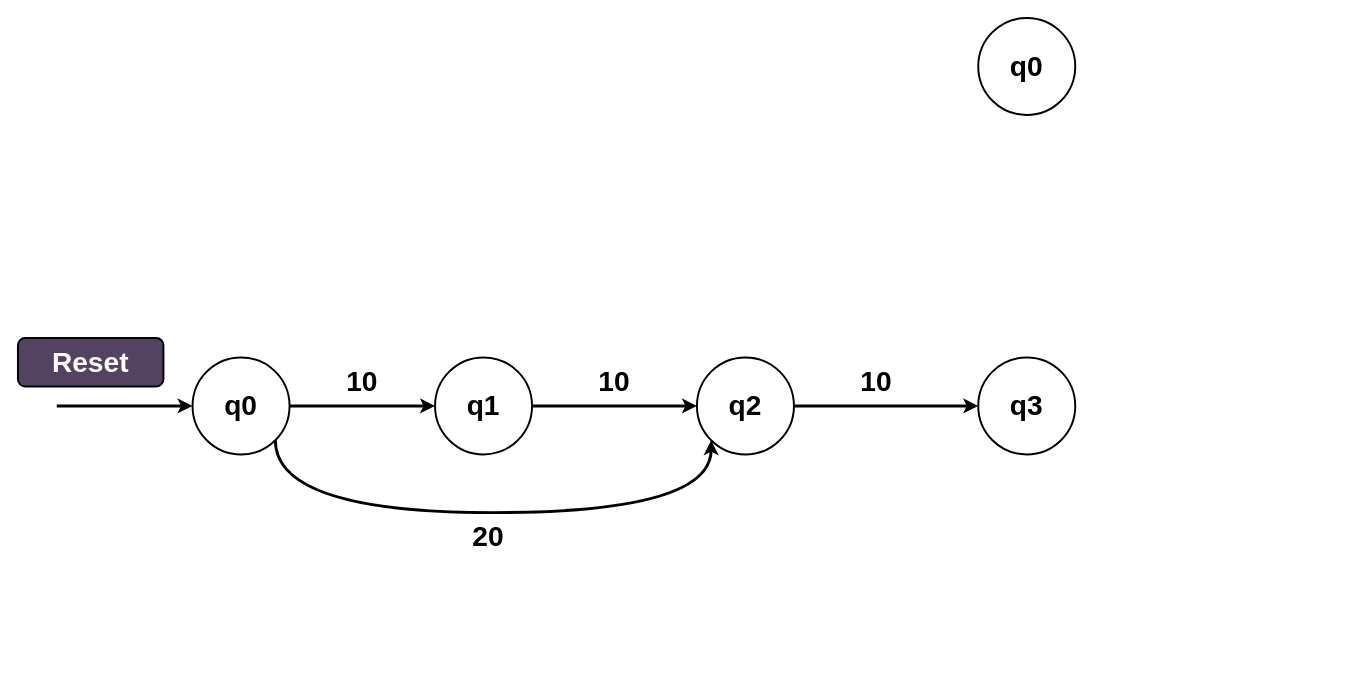
Above: page "Page-4" (4 of 4) of Untitled Diagram.drawio in Fatema-A-Ferdaus/SE234 (draw.io), before the change. Source tidied: cells renumbered, new cells numbered last; positions are measured from the earlier drawing's top-left corner, leaving out a move shared by most shapes. Both pictures are drawn from the tidied source at 97%, with x=0, y=0 at pixel (17, 17).
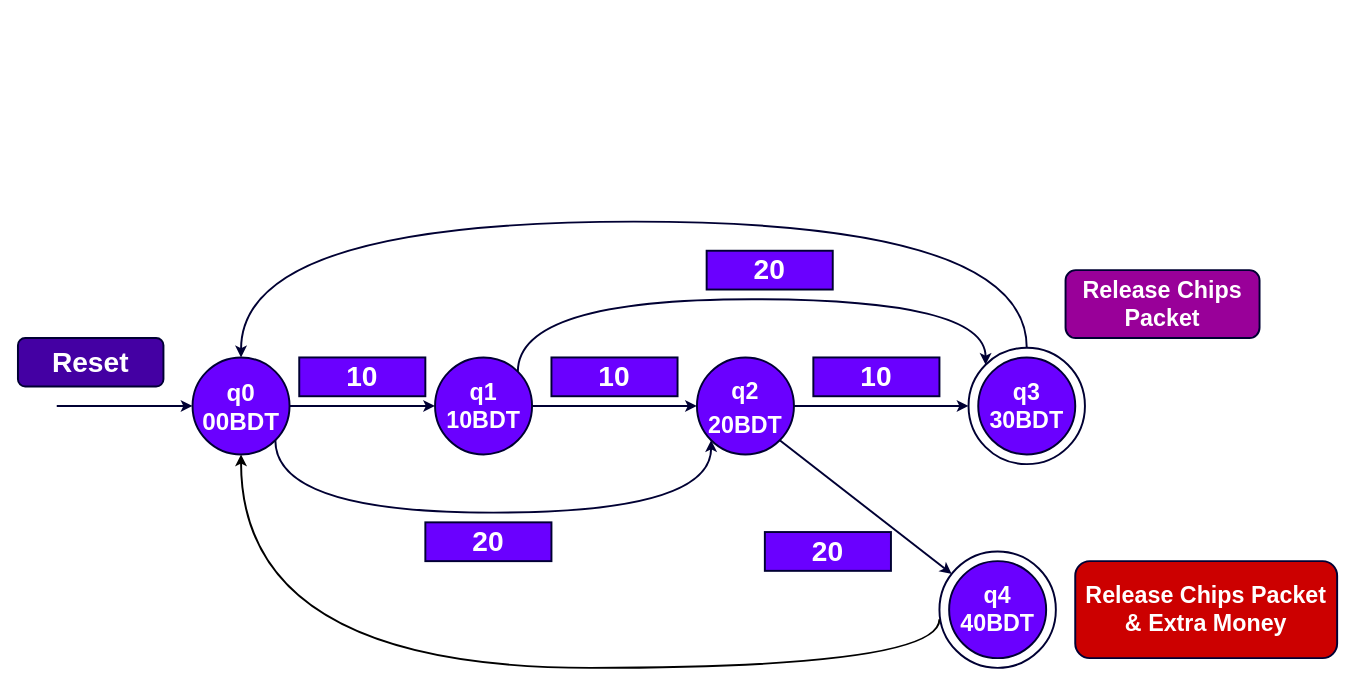
Above is the later version.

Diff of the diagram source:
```diff
@@
-    <mxCell id="2" value="&lt;b&gt;q0&lt;/b&gt;" style="ellipse;whiteSpace=wrap;html=1;rounded=1;fontSize=29;strokeWidth=2;gradientDirection=north;" parent="1" vertex="1">
+    <mxCell id="2" value="&lt;div style=&quot;font-size: 25px&quot;&gt;&lt;font style=&quot;font-size: 25px&quot;&gt;&lt;b&gt;q0&lt;/b&gt;&lt;/font&gt;&lt;/div&gt;&lt;div style=&quot;font-size: 25px&quot;&gt;&lt;font style=&quot;font-size: 25px&quot;&gt;&lt;b&gt;00BDT&lt;br&gt;&lt;/b&gt;&lt;/font&gt;&lt;/div&gt;" style="ellipse;whiteSpace=wrap;html=1;rounded=1;fontSize=29;strokeWidth=2;gradientDirection=north;fillColor=#6a00ff;fontColor=#ffffff;strokeColor=#000033;" parent="1" vertex="1">
       <mxGeometry x="180" y="350" width="100" height="100" as="geometry" />
     </mxCell>
-    <mxCell id="3" value="&lt;b&gt;q1&lt;/b&gt;" style="ellipse;whiteSpace=wrap;html=1;rounded=1;fontSize=29;strokeWidth=2;gradientDirection=north;" parent="1" vertex="1">
+    <mxCell id="3" value="&lt;div style=&quot;font-size: 24px&quot;&gt;&lt;font style=&quot;font-size: 24px&quot;&gt;&lt;b&gt;q1&lt;br&gt;&lt;/b&gt;&lt;/font&gt;&lt;/div&gt;&lt;div style=&quot;font-size: 24px&quot;&gt;&lt;font style=&quot;font-size: 24px&quot;&gt;&lt;b&gt;10BDT&lt;/b&gt;&lt;br&gt;&lt;/font&gt;&lt;/div&gt;" style="ellipse;whiteSpace=wrap;html=1;rounded=1;fontSize=29;strokeWidth=2;gradientDirection=north;fillColor=#6a00ff;fontColor=#ffffff;strokeColor=#000033;" parent="1" vertex="1">
       <mxGeometry x="430" y="350" width="100" height="100" as="geometry" />
     </mxCell>
-    <mxCell id="4" value="&lt;b&gt;q2&lt;/b&gt;" style="ellipse;whiteSpace=wrap;html=1;rounded=1;fontSize=29;strokeWidth=2;gradientDirection=north;" parent="1" vertex="1">
+    <mxCell id="4" value="&lt;font style=&quot;font-size: 24px&quot;&gt;&lt;b&gt;q2 20BDT&lt;br&gt;&lt;/b&gt;&lt;/font&gt;" style="ellipse;whiteSpace=wrap;html=1;rounded=1;fontSize=29;strokeWidth=2;gradientDirection=north;fillColor=#6a00ff;fontColor=#ffffff;strokeColor=#000033;" parent="1" vertex="1">
       <mxGeometry x="700" y="350" width="100" height="100" as="geometry" />
     </mxCell>
-    <mxCell id="5" value="&lt;b&gt;q3&lt;/b&gt;" style="ellipse;whiteSpace=wrap;html=1;rounded=1;fontSize=29;strokeWidth=2;gradientDirection=north;" parent="1" vertex="1">
-      <mxGeometry x="990" y="350" width="100" height="100" as="geometry" />
-    </mxCell>
-    <mxCell id="6" value="&lt;b&gt;q0&lt;/b&gt;" style="ellipse;whiteSpace=wrap;html=1;rounded=1;fontSize=29;strokeWidth=2;gradientDirection=north;" parent="1" vertex="1">
-      <mxGeometry x="990" width="100" height="100" as="geometry" />
-    </mxCell>
-    <mxCell id="7" style="endArrow=classic;html=1;rounded=0;fontSize=29;fontColor=#FFFFFF;strokeWidth=3;exitX=1;exitY=0.5;exitDx=0;exitDy=0;entryX=0;entryY=0.5;entryDx=0;entryDy=0;" parent="1" edge="1" source="2" target="3">
+    <mxCell id="7" style="endArrow=classic;html=1;rounded=0;fontSize=29;fontColor=#FFFFFF;strokeWidth=2;exitX=1;exitY=0.5;exitDx=0;exitDy=0;entryX=0;entryY=0.5;entryDx=0;entryDy=0;fillColor=#6a00ff;strokeColor=#000033;" parent="1" edge="1" source="2" target="3">
       <mxGeometry relative="1" as="geometry" />
     </mxCell>
-    <mxCell id="8" style="endArrow=classic;html=1;rounded=0;fontSize=29;fontColor=#FFFFFF;strokeWidth=3;exitX=1;exitY=0.5;exitDx=0;exitDy=0;entryX=0;entryY=0.5;entryDx=0;entryDy=0;" parent="1" edge="1" source="3" target="4">
+    <mxCell id="8" style="endArrow=classic;html=1;rounded=0;fontSize=29;fontColor=#FFFFFF;strokeWidth=2;exitX=1;exitY=0.5;exitDx=0;exitDy=0;entryX=0;entryY=0.5;entryDx=0;entryDy=0;fillColor=#6a00ff;strokeColor=#000033;" parent="1" edge="1" source="3" target="4">
       <mxGeometry relative="1" as="geometry" />
     </mxCell>
-    <mxCell id="9" style="endArrow=classic;html=1;rounded=0;fontSize=29;fontColor=#FFFFFF;strokeWidth=3;exitX=1;exitY=0.5;exitDx=0;exitDy=0;entryX=0;entryY=0.5;entryDx=0;entryDy=0;" parent="1" edge="1" source="4" target="5">
+    <mxCell id="9" style="endArrow=classic;html=1;rounded=0;fontSize=29;fontColor=#FFFFFF;strokeWidth=2;exitX=1;exitY=0.5;exitDx=0;exitDy=0;entryX=0;entryY=0.5;entryDx=0;entryDy=0;fillColor=#6a00ff;strokeColor=#000033;" parent="1" edge="1" source="4" target="18">
       <mxGeometry relative="1" as="geometry" />
     </mxCell>
-    <mxCell id="10" value="&lt;b&gt;10&lt;/b&gt;" style="text;html=1;strokeColor=none;fillColor=none;align=center;verticalAlign=middle;whiteSpace=wrap;rounded=0;fontSize=29;fontColor=#000000;" parent="1" vertex="1">
-      <mxGeometry x="290" y="360" width="130" height="30" as="geometry" />
+    <mxCell id="10" value="&lt;b&gt;10&lt;/b&gt;" style="text;html=1;strokeColor=#000033;fillColor=#6a00ff;align=center;verticalAlign=middle;whiteSpace=wrap;rounded=0;fontSize=29;fontColor=#ffffff;strokeWidth=2;" parent="1" vertex="1">
+      <mxGeometry x="290" y="350" width="130" height="40" as="geometry" />
     </mxCell>
-    <mxCell id="11" value="&lt;b&gt;10&lt;/b&gt;" style="text;html=1;strokeColor=none;fillColor=none;align=center;verticalAlign=middle;whiteSpace=wrap;rounded=0;fontSize=29;fontColor=#000000;" parent="1" vertex="1">
-      <mxGeometry x="550" y="360" width="130" height="30" as="geometry" />
+    <mxCell id="11" value="&lt;b&gt;10&lt;/b&gt;" style="text;html=1;strokeColor=#000033;fillColor=#6a00ff;align=center;verticalAlign=middle;whiteSpace=wrap;rounded=0;fontSize=29;fontColor=#ffffff;strokeWidth=2;" parent="1" vertex="1">
+      <mxGeometry x="550" y="350" width="130" height="40" as="geometry" />
     </mxCell>
-    <mxCell id="12" value="&lt;b&gt;10&lt;/b&gt;" style="text;html=1;strokeColor=none;fillColor=none;align=center;verticalAlign=middle;whiteSpace=wrap;rounded=0;fontSize=29;fontColor=#000000;" parent="1" vertex="1">
-      <mxGeometry x="820" y="360" width="130" height="30" as="geometry" />
+    <mxCell id="12" value="&lt;b&gt;10&lt;/b&gt;" style="text;html=1;strokeColor=#000033;fillColor=#6a00ff;align=center;verticalAlign=middle;whiteSpace=wrap;rounded=0;fontSize=29;fontColor=#ffffff;strokeWidth=2;" parent="1" vertex="1">
+      <mxGeometry x="820" y="350" width="130" height="40" as="geometry" />
     </mxCell>
-    <mxCell id="13" style="endArrow=classic;html=1;rounded=0;fontSize=29;fontColor=#000000;strokeWidth=3;exitX=1;exitY=1;exitDx=0;exitDy=0;edgeStyle=orthogonalEdgeStyle;entryX=0;entryY=1;entryDx=0;entryDy=0;curved=1;" parent="1" edge="1" source="2" target="4">
+    <mxCell id="13" style="endArrow=classic;html=1;rounded=0;fontSize=29;fontColor=#000000;strokeWidth=2;exitX=1;exitY=1;exitDx=0;exitDy=0;edgeStyle=orthogonalEdgeStyle;entryX=0;entryY=1;entryDx=0;entryDy=0;curved=1;fillColor=#6a00ff;strokeColor=#000033;" parent="1" edge="1" source="2" target="4">
       <mxGeometry relative="1" as="geometry">
         <Array as="points">
           <mxPoint x="265" y="510" />
           <mxPoint x="715" y="510" />
         </Array>
       </mxGeometry>
     </mxCell>
-    <mxCell id="14" value="&lt;b&gt;20&lt;/b&gt;" style="text;html=1;strokeColor=none;fillColor=none;align=center;verticalAlign=middle;whiteSpace=wrap;rounded=0;fontSize=29;fontColor=#000000;" parent="1" vertex="1">
-      <mxGeometry x="420" y="520" width="130" height="30" as="geometry" />
+    <mxCell id="14" value="&lt;b&gt;20&lt;/b&gt;" style="text;html=1;strokeColor=#000033;fillColor=#6a00ff;align=center;verticalAlign=middle;whiteSpace=wrap;rounded=0;fontSize=29;fontColor=#ffffff;strokeWidth=2;" parent="1" vertex="1">
+      <mxGeometry x="420" y="520" width="130" height="40" as="geometry" />
     </mxCell>
-    <mxCell id="15" style="endArrow=classic;html=1;rounded=0;fontSize=29;fontColor=#000000;strokeWidth=3;curved=1;entryX=0;entryY=0.5;entryDx=0;entryDy=0;" parent="1" edge="1" target="2">
+    <mxCell id="15" style="endArrow=classic;html=1;rounded=0;fontSize=29;fontColor=#000000;strokeWidth=2;curved=1;entryX=0;entryY=0.5;entryDx=0;entryDy=0;fillColor=#6a00ff;strokeColor=#000033;" parent="1" edge="1" target="2">
       <mxGeometry relative="1" as="geometry">
         <mxPoint x="40" y="400" as="sourcePoint" />
       </mxGeometry>
     </mxCell>
-    <mxCell id="16" value="&lt;font color=&quot;#FFFFFF&quot;&gt;&lt;b&gt;Reset&lt;/b&gt;&lt;/font&gt;" style="rounded=1;whiteSpace=wrap;html=1;fontSize=29;strokeWidth=2;gradientDirection=north;fillColor=#534361;" parent="1" vertex="1">
+    <mxCell id="16" value="&lt;font color=&quot;#FFFFFF&quot;&gt;&lt;b&gt;Reset&lt;/b&gt;&lt;/font&gt;" style="rounded=1;whiteSpace=wrap;html=1;fontSize=29;strokeWidth=2;gradientDirection=north;fillColor=#4400A3;fontColor=#ffffff;strokeColor=#000033;" parent="1" vertex="1">
       <mxGeometry y="330" width="150" height="50" as="geometry" />
     </mxCell>
+    <mxCell id="17" value="&lt;b&gt;20&lt;/b&gt;" style="text;html=1;strokeColor=#000033;fillColor=#6a00ff;align=center;verticalAlign=middle;whiteSpace=wrap;rounded=0;fontSize=29;fontColor=#ffffff;strokeWidth=2;" parent="1" vertex="1">
+      <mxGeometry x="710" y="240" width="130" height="40" as="geometry" />
+    </mxCell>
+    <mxCell id="18" style="ellipse;whiteSpace=wrap;html=1;rounded=1;fontSize=24;strokeWidth=2;gradientDirection=north;fillColor=none;fontColor=#ffffff;strokeColor=#000033;" parent="1" vertex="1">
+      <mxGeometry x="980" y="340" width="120" height="120" as="geometry" />
+    </mxCell>
+    <mxCell id="19" style="endArrow=classic;html=1;rounded=0;fontSize=24;fontColor=#FFFFFF;strokeWidth=2;entryX=0;entryY=0;entryDx=0;entryDy=0;exitX=1;exitY=0;exitDx=0;exitDy=0;edgeStyle=orthogonalEdgeStyle;elbow=vertical;curved=1;fillColor=#6a00ff;strokeColor=#000033;" parent="1" edge="1" source="3" target="18">
+      <mxGeometry relative="1" as="geometry">
+        <Array as="points">
+          <mxPoint x="515" y="290" />
+          <mxPoint x="998" y="290" />
+        </Array>
+      </mxGeometry>
+    </mxCell>
+    <mxCell id="20" style="endArrow=classic;html=1;rounded=0;fontSize=24;fontColor=#FFFFFF;strokeWidth=2;curved=1;elbow=vertical;exitX=0.5;exitY=0;exitDx=0;exitDy=0;entryX=0.5;entryY=0;entryDx=0;entryDy=0;edgeStyle=orthogonalEdgeStyle;fillColor=#6a00ff;strokeColor=#000033;" parent="1" edge="1" source="18" target="2">
+      <mxGeometry relative="1" as="geometry">
+        <Array as="points">
+          <mxPoint x="1040" y="210" />
+          <mxPoint x="230" y="210" />
+        </Array>
+      </mxGeometry>
+    </mxCell>
+    <mxCell id="21" value="&lt;font color=&quot;#FFFFFF&quot;&gt;&lt;b&gt;Release Chips Packet&lt;br&gt;&lt;/b&gt;&lt;/font&gt;" style="rounded=1;whiteSpace=wrap;html=1;fontSize=24;fontColor=#ffffff;strokeWidth=2;fillColor=#990099;gradientDirection=north;strokeColor=#000033;" parent="1" vertex="1">
+      <mxGeometry x="1080" y="260" width="200" height="70" as="geometry" />
+    </mxCell>
+    <mxCell id="22" value="&lt;b&gt;20&lt;/b&gt;" style="text;html=1;strokeColor=#000033;fillColor=#6a00ff;align=center;verticalAlign=middle;whiteSpace=wrap;rounded=0;fontSize=29;fontColor=#ffffff;strokeWidth=2;" parent="1" vertex="1">
+      <mxGeometry x="770" y="530" width="130" height="40" as="geometry" />
+    </mxCell>
+    <mxCell id="23" style="ellipse;whiteSpace=wrap;html=1;rounded=1;fontSize=24;strokeWidth=2;gradientDirection=north;fillColor=none;fontColor=#ffffff;strokeColor=#000033;" parent="1" vertex="1">
+      <mxGeometry x="950" y="550" width="120" height="120" as="geometry" />
+    </mxCell>
+    <mxCell id="24" value="&lt;div style=&quot;font-size: 24px&quot;&gt;&lt;font style=&quot;font-size: 24px&quot;&gt;&lt;b&gt;q4&lt;/b&gt;&lt;/font&gt;&lt;/div&gt;&lt;div style=&quot;font-size: 24px&quot;&gt;&lt;font style=&quot;font-size: 24px&quot;&gt;&lt;b&gt;40BDT&lt;/b&gt;&lt;/font&gt;&lt;/div&gt;" style="ellipse;whiteSpace=wrap;html=1;rounded=1;fontSize=29;strokeWidth=2;gradientDirection=north;fillColor=#6a00ff;fontColor=#ffffff;strokeColor=#000033;" parent="1" vertex="1">
+      <mxGeometry x="960" y="560" width="100" height="100" as="geometry" />
+    </mxCell>
+    <mxCell id="25" style="endArrow=classic;html=1;rounded=0;fontSize=24;fontColor=#FFFFFF;strokeWidth=2;curved=1;elbow=vertical;exitX=1;exitY=1;exitDx=0;exitDy=0;fillColor=#6a00ff;strokeColor=#000033;" parent="1" edge="1" source="4" target="23">
+      <mxGeometry relative="1" as="geometry" />
+    </mxCell>
+    <mxCell id="26" value="&lt;font color=&quot;#FFFFFF&quot;&gt;&lt;b&gt;Release Chips Packet &amp;amp; Extra Money&lt;br&gt;&lt;/b&gt;&lt;/font&gt;" style="rounded=1;whiteSpace=wrap;html=1;fontSize=24;fontColor=#ffffff;strokeWidth=2;fillColor=#CC0000;gradientDirection=north;strokeColor=#000033;" parent="1" vertex="1">
+      <mxGeometry x="1090" y="560" width="270" height="100" as="geometry" />
+    </mxCell>
+    <mxCell id="27" value="&lt;div style=&quot;font-size: 24px&quot;&gt;&lt;font style=&quot;font-size: 24px&quot;&gt;&lt;b&gt;q3&lt;/b&gt;&lt;/font&gt;&lt;/div&gt;&lt;div style=&quot;font-size: 24px&quot;&gt;&lt;font style=&quot;font-size: 24px&quot;&gt;&lt;b&gt;30BDT&lt;/b&gt;&lt;/font&gt;&lt;/div&gt;" style="ellipse;whiteSpace=wrap;html=1;rounded=1;fontSize=29;strokeWidth=2;gradientDirection=north;fillColor=#6a00ff;fontColor=#ffffff;strokeColor=#000033;" parent="1" vertex="1">
+      <mxGeometry x="990" y="350" width="100" height="100" as="geometry" />
+    </mxCell>
+    <mxCell id="28" style="endArrow=classic;html=1;rounded=0;entryX=0.5;entryY=1;entryDx=0;entryDy=0;strokeWidth=2;edgeStyle=orthogonalEdgeStyle;curved=1;" parent="1" edge="1" target="2">
+      <mxGeometry relative="1" as="geometry">
+        <mxPoint x="950" y="620" as="sourcePoint" />
+        <Array as="points">
+          <mxPoint x="950" y="670" />
+          <mxPoint x="230" y="670" />
+        </Array>
+      </mxGeometry>
+    </mxCell>
```
